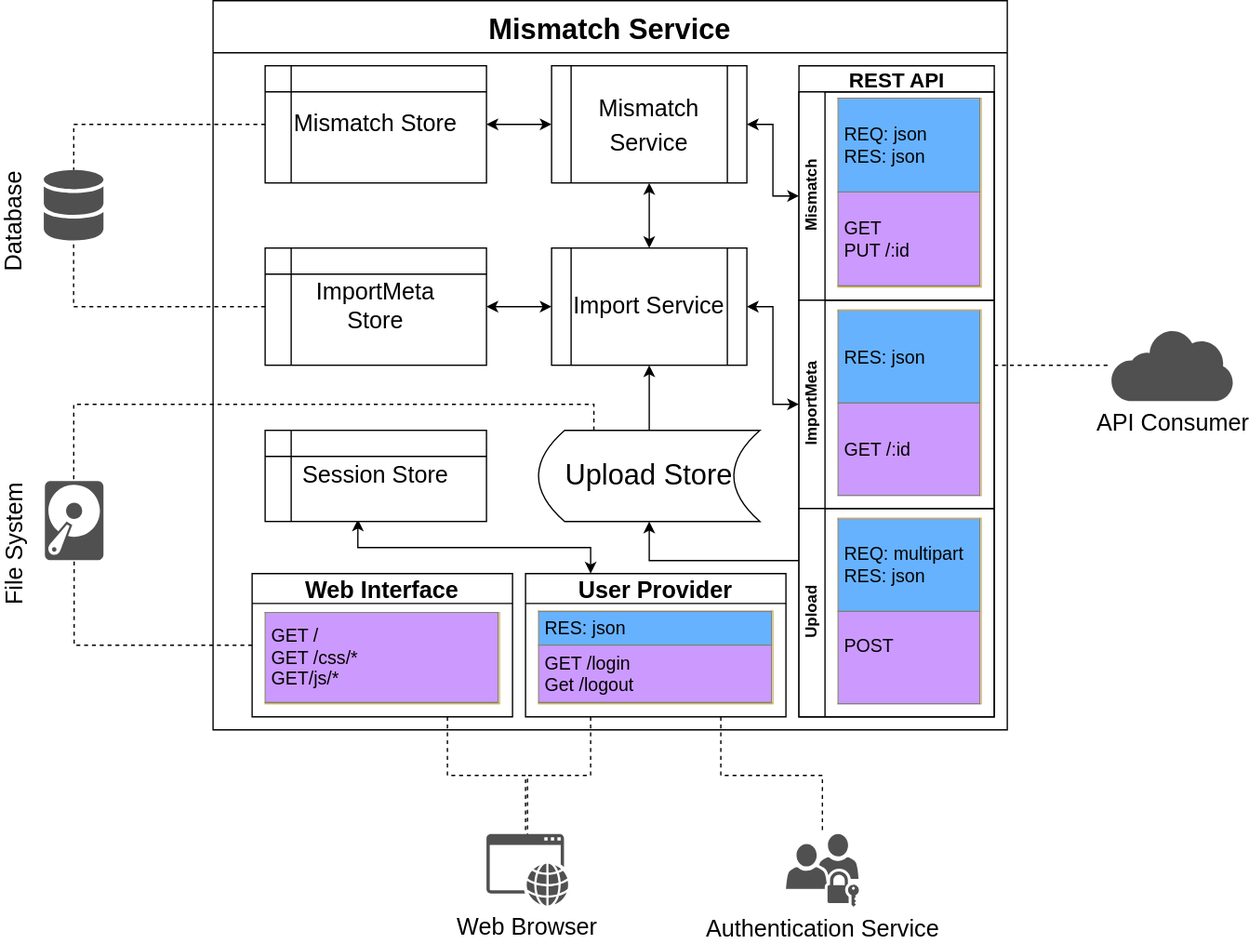
Above: diagrams/mismatch_service.drawio.svg in wmde/wikidata-mismatch-finder (draw.io), before the change. Source tidied: cells renumbered, new cells last; positions are measured from the earlier drawing's top-left corner, leaving out a move shared by most shapes.
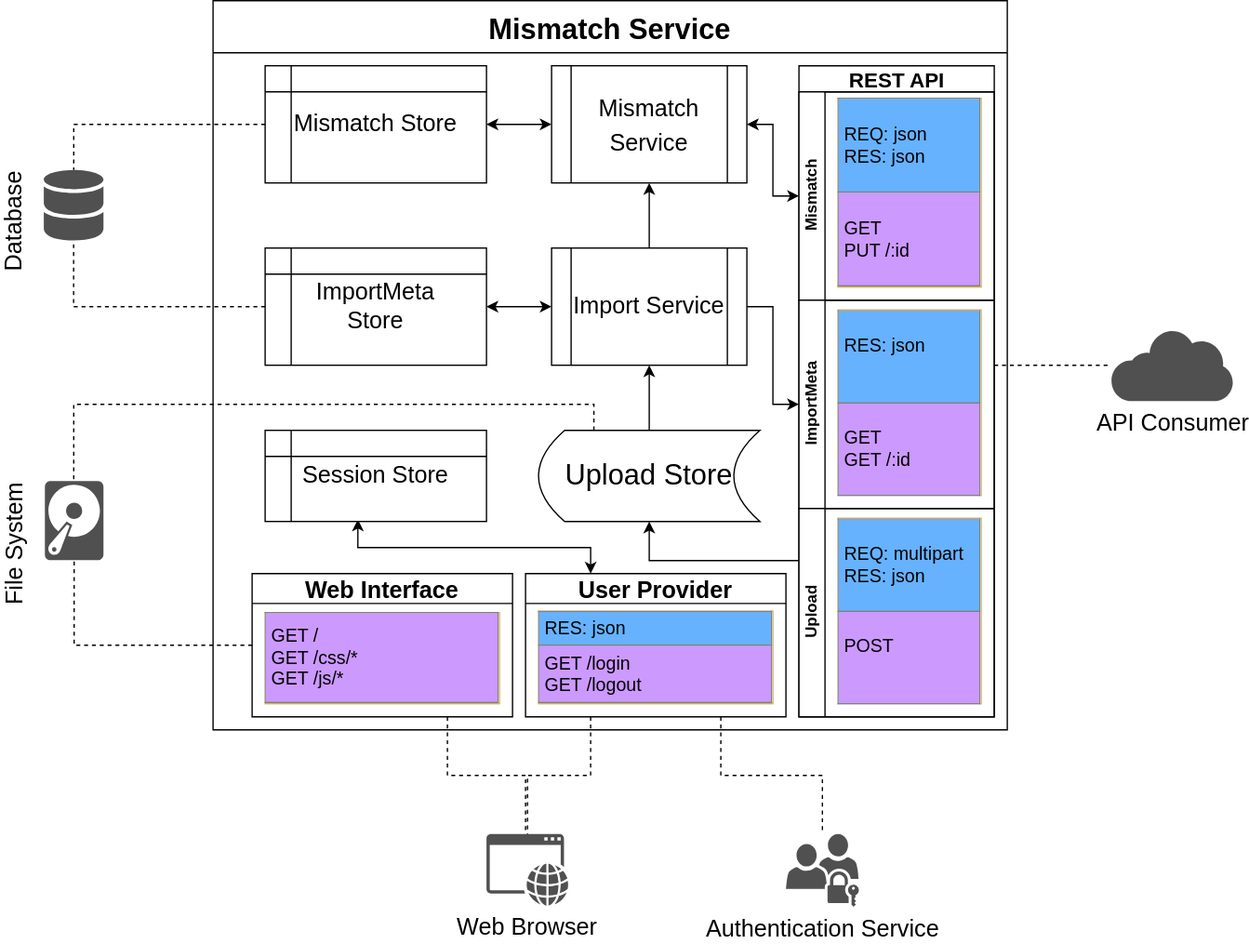
The same file after the commit.

Commit message:
Correct typos

The edit, as a diff of the source:
```diff
@@ -17,7 +17,7 @@
     <mxCell id="6" value="ImportMeta" style="swimlane;html=1;startSize=20;horizontal=0;" parent="3" vertex="1">
       <mxGeometry y="180" width="150" height="160" as="geometry" />
     </mxCell>
-    <mxCell id="7" value="&lt;table border=&quot;1&quot; width=&quot;100%&quot; cellpadding=&quot;4&quot; style=&quot;width: 100% ; height: 100% ; border-collapse: collapse ; font-size: 14px&quot;&gt;&lt;tbody&gt;&lt;tr&gt;&lt;td style=&quot;background-color: rgb(102 , 178 , 255)&quot;&gt;RES: json&lt;br&gt;&lt;/td&gt;&lt;/tr&gt;&lt;tr&gt;&lt;td style=&quot;background-color: rgb(204 , 153 , 255)&quot;&gt;GET /:id&lt;br&gt;&lt;/td&gt;&lt;/tr&gt;&lt;/tbody&gt;&lt;/table&gt;" style="text;html=1;strokeColor=#d6b656;overflow=fill;fontSize=22;labelBackgroundColor=#ffffff;fillColor=#ffffff;" parent="6" vertex="1">
+    <mxCell id="7" value="&lt;table border=&quot;1&quot; width=&quot;100%&quot; cellpadding=&quot;4&quot; style=&quot;width: 100% ; height: 100% ; border-collapse: collapse ; font-size: 14px&quot;&gt;&lt;tbody&gt;&lt;tr&gt;&lt;td style=&quot;background-color: rgb(102 , 178 , 255)&quot;&gt;RES: json&lt;br&gt;&lt;br&gt;&lt;/td&gt;&lt;/tr&gt;&lt;tr&gt;&lt;td style=&quot;background-color: rgb(204 , 153 , 255)&quot;&gt;GET&lt;br&gt;GET /:id&lt;br&gt;&lt;/td&gt;&lt;/tr&gt;&lt;/tbody&gt;&lt;/table&gt;" style="text;html=1;strokeColor=#d6b656;overflow=fill;fontSize=22;labelBackgroundColor=#ffffff;fillColor=#ffffff;" parent="6" vertex="1">
       <mxGeometry x="30" y="7.5" width="110" height="142.5" as="geometry" />
     </mxCell>
     <mxCell id="8" value="Upload" style="swimlane;html=1;startSize=20;horizontal=0;" parent="3" vertex="1">
@@ -32,10 +32,10 @@
     <mxCell id="11" value="&lt;font style=&quot;font-size: 18px&quot;&gt;Mismatch Service&lt;/font&gt;" style="shape=process;whiteSpace=wrap;html=1;backgroundOutline=1;labelBackgroundColor=none;fillColor=#ffffff;fontSize=22;" parent="2" vertex="1">
       <mxGeometry x="260" y="50" width="150" height="90" as="geometry" />
     </mxCell>
-    <mxCell id="12" style="edgeStyle=orthogonalEdgeStyle;rounded=0;jettySize=auto;html=1;exitX=0.5;exitY=0;exitDx=0;exitDy=0;entryX=0.5;entryY=1;entryDx=0;entryDy=0;startArrow=classic;startFill=1;fontSize=18;" parent="2" edge="1" source="14" target="11">
+    <mxCell id="12" style="edgeStyle=orthogonalEdgeStyle;rounded=0;jettySize=auto;html=1;exitX=0.5;exitY=0;exitDx=0;exitDy=0;entryX=0.5;entryY=1;entryDx=0;entryDy=0;startArrow=none;startFill=0;fontSize=18;endArrow=classic;endFill=1;" parent="2" edge="1" source="14" target="11">
       <mxGeometry relative="1" as="geometry" />
     </mxCell>
-    <mxCell id="13" style="edgeStyle=orthogonalEdgeStyle;rounded=0;jettySize=auto;html=1;exitX=1;exitY=0.5;exitDx=0;exitDy=0;entryX=0;entryY=0.5;entryDx=0;entryDy=0;startArrow=classic;startFill=1;fontSize=18;" parent="2" edge="1" source="14" target="6">
+    <mxCell id="13" style="edgeStyle=orthogonalEdgeStyle;rounded=0;jettySize=auto;html=1;exitX=1;exitY=0.5;exitDx=0;exitDy=0;entryX=0;entryY=0.5;entryDx=0;entryDy=0;startArrow=none;startFill=0;fontSize=18;" parent="2" edge="1" source="14" target="6">
       <mxGeometry relative="1" as="geometry" />
     </mxCell>
     <mxCell id="14" value="Import Service" style="shape=process;whiteSpace=wrap;html=1;backgroundOutline=1;labelBackgroundColor=none;fillColor=#ffffff;fontSize=18;" parent="2" vertex="1">
@@ -62,13 +62,13 @@
     <mxCell id="21" value="User Provider" style="swimlane;labelBackgroundColor=none;fillColor=#ffffff;fontSize=18;" parent="2" vertex="1">
       <mxGeometry x="240" y="440" width="200" height="110" as="geometry" />
     </mxCell>
-    <mxCell id="22" value="&lt;table border=&quot;1&quot; width=&quot;100%&quot; cellpadding=&quot;4&quot; style=&quot;width: 100% ; height: 100% ; border-collapse: collapse ; font-size: 14px&quot;&gt;&lt;tbody&gt;&lt;tr&gt;&lt;td style=&quot;background-color: rgb(102 , 178 , 255)&quot;&gt;RES: json&lt;br&gt;&lt;/td&gt;&lt;/tr&gt;&lt;tr&gt;&lt;td style=&quot;background-color: rgb(204 , 153 , 255)&quot;&gt;GET /login&lt;br&gt;Get /logout&lt;/td&gt;&lt;/tr&gt;&lt;/tbody&gt;&lt;/table&gt;" style="text;html=1;strokeColor=#d6b656;overflow=fill;fontSize=22;labelBackgroundColor=#ffffff;fillColor=#ffffff;" parent="21" vertex="1">
+    <mxCell id="22" value="&lt;table border=&quot;1&quot; width=&quot;100%&quot; cellpadding=&quot;4&quot; style=&quot;width: 100% ; height: 100% ; border-collapse: collapse ; font-size: 14px&quot;&gt;&lt;tbody&gt;&lt;tr&gt;&lt;td style=&quot;background-color: rgb(102 , 178 , 255)&quot;&gt;RES: json&lt;br&gt;&lt;/td&gt;&lt;/tr&gt;&lt;tr&gt;&lt;td style=&quot;background-color: rgb(204 , 153 , 255)&quot;&gt;GET /login&lt;br&gt;GET /logout&lt;/td&gt;&lt;/tr&gt;&lt;/tbody&gt;&lt;/table&gt;" style="text;html=1;strokeColor=#d6b656;overflow=fill;fontSize=22;labelBackgroundColor=#ffffff;fillColor=#ffffff;" parent="21" vertex="1">
       <mxGeometry x="10" y="28.8" width="180" height="71.2" as="geometry" />
     </mxCell>
     <mxCell id="23" value="Web Interface" style="swimlane;labelBackgroundColor=none;fillColor=#ffffff;fontSize=18;" parent="2" vertex="1">
       <mxGeometry x="30" y="440" width="200" height="110" as="geometry" />
     </mxCell>
-    <mxCell id="24" value="&lt;table border=&quot;1&quot; width=&quot;100%&quot; cellpadding=&quot;4&quot; style=&quot;width: 100% ; height: 100% ; border-collapse: collapse ; font-size: 14px&quot;&gt;&lt;tbody&gt;&lt;tr&gt;&lt;td style=&quot;background-color: rgb(204 , 153 , 255)&quot;&gt;GET /&lt;br&gt;GET /css/*&lt;br&gt;GET/js/*&lt;/td&gt;&lt;/tr&gt;&lt;/tbody&gt;&lt;/table&gt;" style="text;html=1;strokeColor=#d6b656;overflow=fill;fontSize=22;labelBackgroundColor=#ffffff;fillColor=#ffffff;" parent="23" vertex="1">
+    <mxCell id="24" value="&lt;table border=&quot;1&quot; width=&quot;100%&quot; cellpadding=&quot;4&quot; style=&quot;width: 100% ; height: 100% ; border-collapse: collapse ; font-size: 14px&quot;&gt;&lt;tbody&gt;&lt;tr&gt;&lt;td style=&quot;background-color: rgb(204 , 153 , 255)&quot;&gt;GET /&lt;br&gt;GET /css/*&lt;br&gt;GET /js/*&lt;/td&gt;&lt;/tr&gt;&lt;/tbody&gt;&lt;/table&gt;" style="text;html=1;strokeColor=#d6b656;overflow=fill;fontSize=22;labelBackgroundColor=#ffffff;fillColor=#ffffff;" parent="23" vertex="1">
       <mxGeometry x="10" y="30" width="180" height="70" as="geometry" />
     </mxCell>
     <mxCell id="25" style="edgeStyle=orthogonalEdgeStyle;rounded=0;jettySize=auto;html=1;exitX=0;exitY=0.25;exitDx=0;exitDy=0;entryX=0.5;entryY=1;entryDx=0;entryDy=0;fontSize=18;" parent="2" edge="1" source="8" target="19">
```
